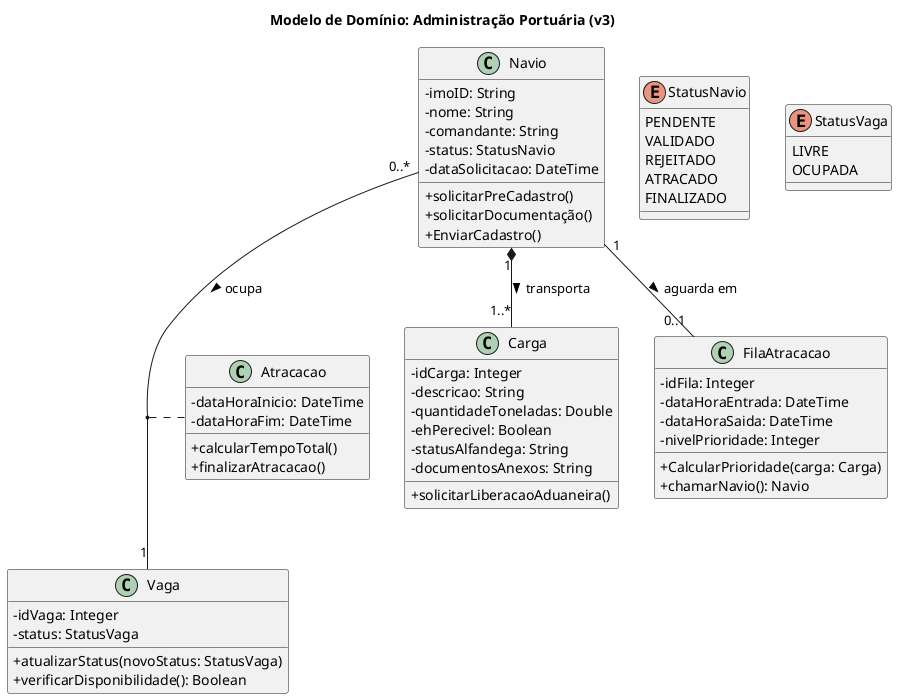
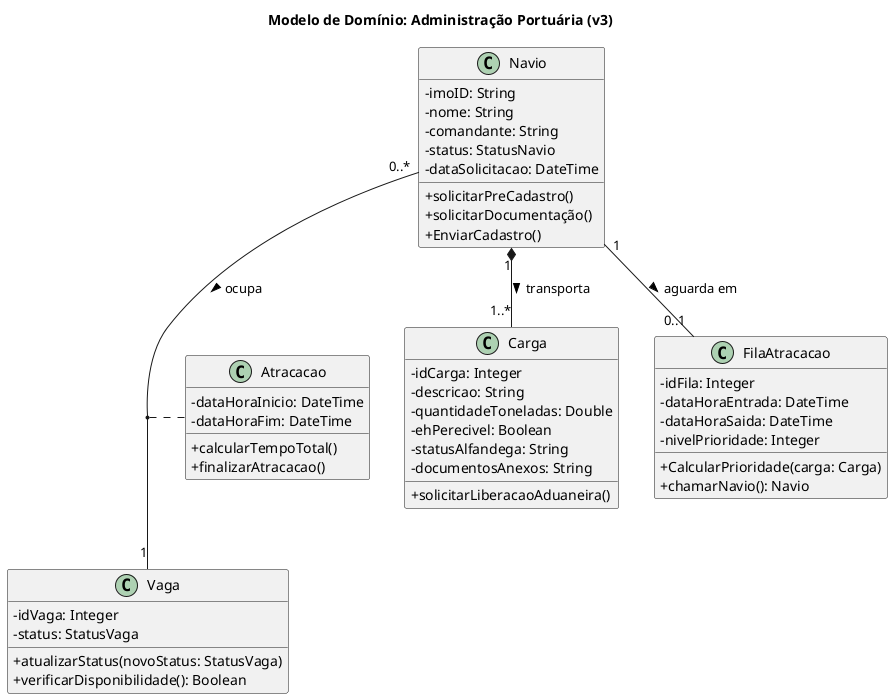
@startuml
title Modelo de Domínio: Administração Portuária (v3)
skinparam classAttributeIconSize 0
- enum StatusNavio {
-   PENDENTE
-   VALIDADO
-   REJEITADO
-   ATRACADO
-   FINALIZADO
- }
- 
- enum StatusVaga {
-   LIVRE
-   OCUPADA
- }

class Navio {
- imoID: String
  - nome: String
  - comandante: String
  - status: StatusNavio
  - dataSolicitacao: DateTime
  + solicitarPreCadastro()
  + solicitarDocumentação()
  + EnviarCadastro()

}

class Carga {
  - idCarga: Integer
  - descricao: String
  - quantidadeToneladas: Double
  - ehPerecivel: Boolean
  - statusAlfandega: String
  - documentosAnexos: String
  + solicitarLiberacaoAduaneira()
}

class Vaga {
  - idVaga: Integer
  - status: StatusVaga
  + atualizarStatus(novoStatus: StatusVaga)
  + verificarDisponibilidade(): Boolean
}

class FilaAtracacao {
  - idFila: Integer
  - dataHoraEntrada: DateTime
  - dataHoraSaida: DateTime
  - nivelPrioridade: Integer
  + CalcularPrioridade(carga: Carga)
  + chamarNavio(): Navio
}

class Atracacao {
  - dataHoraInicio: DateTime
  - dataHoraFim: DateTime
  + calcularTempoTotal()
  + finalizarAtracacao()
}

' Relacionamentos
Navio "1" *-- "1..*" Carga : transporta >
Navio "0..*" -- "1" Vaga : ocupa >
(Navio, Vaga) .. Atracacao
Navio "1" -- "0..1" FilaAtracacao : aguarda em >

@enduml
